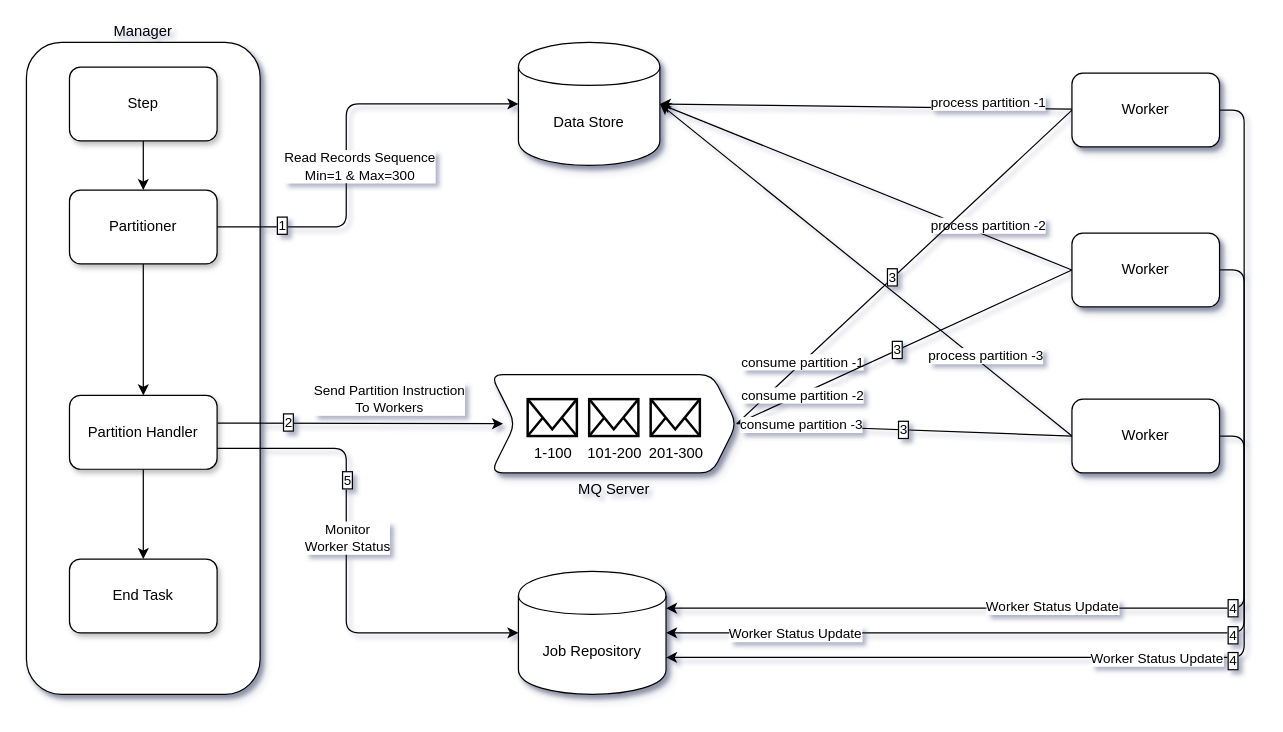
Earlier version of the draw.io diagram spring-batch-parallel-processing.drawio (selva-dharmaraj/draw). Source tidied: cells renumbered, new cells numbered last; positions are measured from the earlier drawing's top-left corner, leaving out a move shared by most shapes. Both pictures are drawn from the tidied source at 123%, with x=0, y=0 at pixel (26, 42).
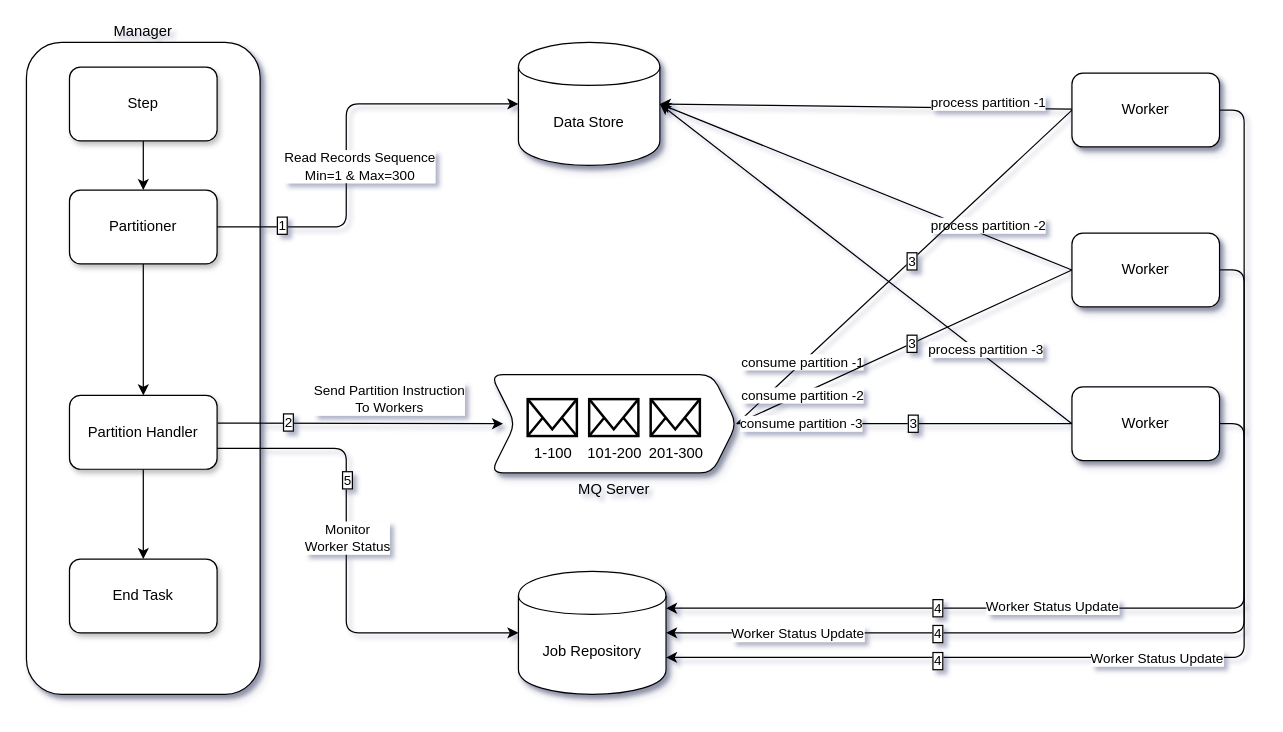
Above is the later version.

The change refers to these unchanged cells:
```xml
<mxCell id="3" style="comic=0;jettySize=auto;html=1;entryX=1;entryY=0.3;entryDx=0;entryDy=0;exitX=1;exitY=0.5;exitDx=0;exitDy=0;edgeStyle=orthogonalEdgeStyle;labelBorderColor=none;" parent="1" edge="1" source="8" target="44">
  <mxGeometry relative="1" as="geometry" />
</mxCell>
<mxCell id="9" style="comic=0;jettySize=auto;html=1;entryX=1;entryY=0.7;entryDx=0;entryDy=0;exitX=1;exitY=0.5;exitDx=0;exitDy=0;edgeStyle=orthogonalEdgeStyle;labelBorderColor=none;" parent="1" edge="1" source="14" target="44">
  <mxGeometry relative="1" as="geometry" />
</mxCell>
<mxCell id="15" style="comic=0;jettySize=auto;html=1;entryX=1;entryY=0.5;entryDx=0;entryDy=0;exitX=1;exitY=0.5;exitDx=0;exitDy=0;elbow=vertical;edgeStyle=orthogonalEdgeStyle;labelBorderColor=none;" parent="1" edge="1" source="20" target="44">
  <mxGeometry relative="1" as="geometry" />
</mxCell>
<mxCell id="36" style="comic=0;jettySize=auto;html=1;entryX=0;entryY=0.5;entryDx=0;entryDy=0;exitX=1;exitY=0.5;exitDx=0;exitDy=0;endArrow=none;endFill=0;startArrow=none;startFill=0;labelBorderColor=none;" parent="1" edge="1" source="47" target="8">
  <mxGeometry relative="1" as="geometry" />
</mxCell>
<mxCell id="39" style="comic=0;jettySize=auto;html=1;entryX=0;entryY=0.5;entryDx=0;entryDy=0;exitX=1;exitY=0.5;exitDx=0;exitDy=0;endArrow=none;endFill=0;startArrow=none;startFill=0;labelBorderColor=none;" parent="1" edge="1" source="47" target="14">
  <mxGeometry relative="1" as="geometry" />
</mxCell>
<mxCell id="47" value="MQ Server" style="shape=step;perimeter=stepPerimeter;whiteSpace=wrap;html=1;fixedSize=1;shadow=1;labelPosition=center;verticalLabelPosition=bottom;align=center;verticalAlign=top;labelBorderColor=none;rounded=1;" parent="1" vertex="1">
  <mxGeometry x="377.5" y="270" width="200" height="80" as="geometry" />
</mxCell>
```

Diff of the diagram source:
```diff
@@
     <mxCell id="5" value="4" style="edgeLabel;html=1;align=center;verticalAlign=middle;labelBorderColor=#000000;rounded=1;" parent="3" vertex="1">
       <mxGeometry x="-0.11" relative="1" as="geometry">
-        <mxPoint x="-10" y="26" as="offset" />
+        <mxPoint x="-250" y="26" as="offset" />
       </mxGeometry>
     </mxCell>
@@
     <mxCell id="11" value="4" style="edgeLabel;html=1;align=center;verticalAlign=middle;labelBorderColor=#000000;rounded=1;" parent="9" vertex="1">
       <mxGeometry x="-0.25" y="-1" relative="1" as="geometry">
-        <mxPoint x="-9" y="35" as="offset" />
+        <mxPoint x="-249" y="35" as="offset" />
       </mxGeometry>
     </mxCell>
@@
     <mxCell id="17" value="4" style="edgeLabel;html=1;align=center;verticalAlign=middle;labelBorderColor=#000000;rounded=1;" parent="15" vertex="1">
       <mxGeometry x="-0.56" relative="1" as="geometry">
-        <mxPoint x="-10" y="38" as="offset" />
+        <mxPoint x="-250" y="45" as="offset" />
       </mxGeometry>
     </mxCell>
@@
     <mxCell id="20" value="Worker" style="whiteSpace=wrap;html=1;labelBorderColor=none;shadow=1;rounded=1;" parent="1" vertex="1">
-      <mxGeometry x="850" y="290" width="120" height="60" as="geometry" />
+      <mxGeometry x="850" y="280" width="120" height="60" as="geometry" />
     </mxCell>
@@
     <mxCell id="38" value="3" style="edgeLabel;html=1;align=center;verticalAlign=middle;labelBorderColor=#000000;rounded=1;" parent="36" vertex="1">
-      <mxGeometry x="-0.07" y="1" relative="1" as="geometry" />
+      <mxGeometry x="-0.07" y="1" relative="1" as="geometry">
+        <mxPoint x="16" y="-13" as="offset" />
+      </mxGeometry>
     </mxCell>
@@
     <mxCell id="41" value="3" style="edgeLabel;html=1;align=center;verticalAlign=middle;labelBorderColor=#000000;rounded=1;" parent="39" vertex="1">
-      <mxGeometry x="-0.04" y="1" relative="1" as="geometry" />
+      <mxGeometry x="-0.04" y="1" relative="1" as="geometry">
+        <mxPoint x="12" y="-5" as="offset" />
+      </mxGeometry>
     </mxCell>
-    <mxCell id="42" value="3" style="comic=0;jettySize=auto;html=1;entryX=0;entryY=0.5;entryDx=0;entryDy=0;exitX=1;exitY=0.5;exitDx=0;exitDy=0;endArrow=none;endFill=0;startArrow=none;startFill=0;labelBorderColor=#000000;" parent="1" edge="1" source="47" target="20">
-      <mxGeometry relative="1" as="geometry" />
+    <mxCell id="42" value="3" style="comic=0;jettySize=auto;html=1;entryX=0;entryY=0.5;entryDx=0;entryDy=0;exitX=1;exitY=0.5;exitDx=0;exitDy=0;endArrow=none;endFill=0;startArrow=none;startFill=0;labelBorderColor=#000000;" parent="1" edge="1" target="20">
+      <mxGeometry x="0.05" relative="1" as="geometry">
+        <mxPoint x="577.5" y="310" as="sourcePoint" />
+      </mxGeometry>
     </mxCell>
```
